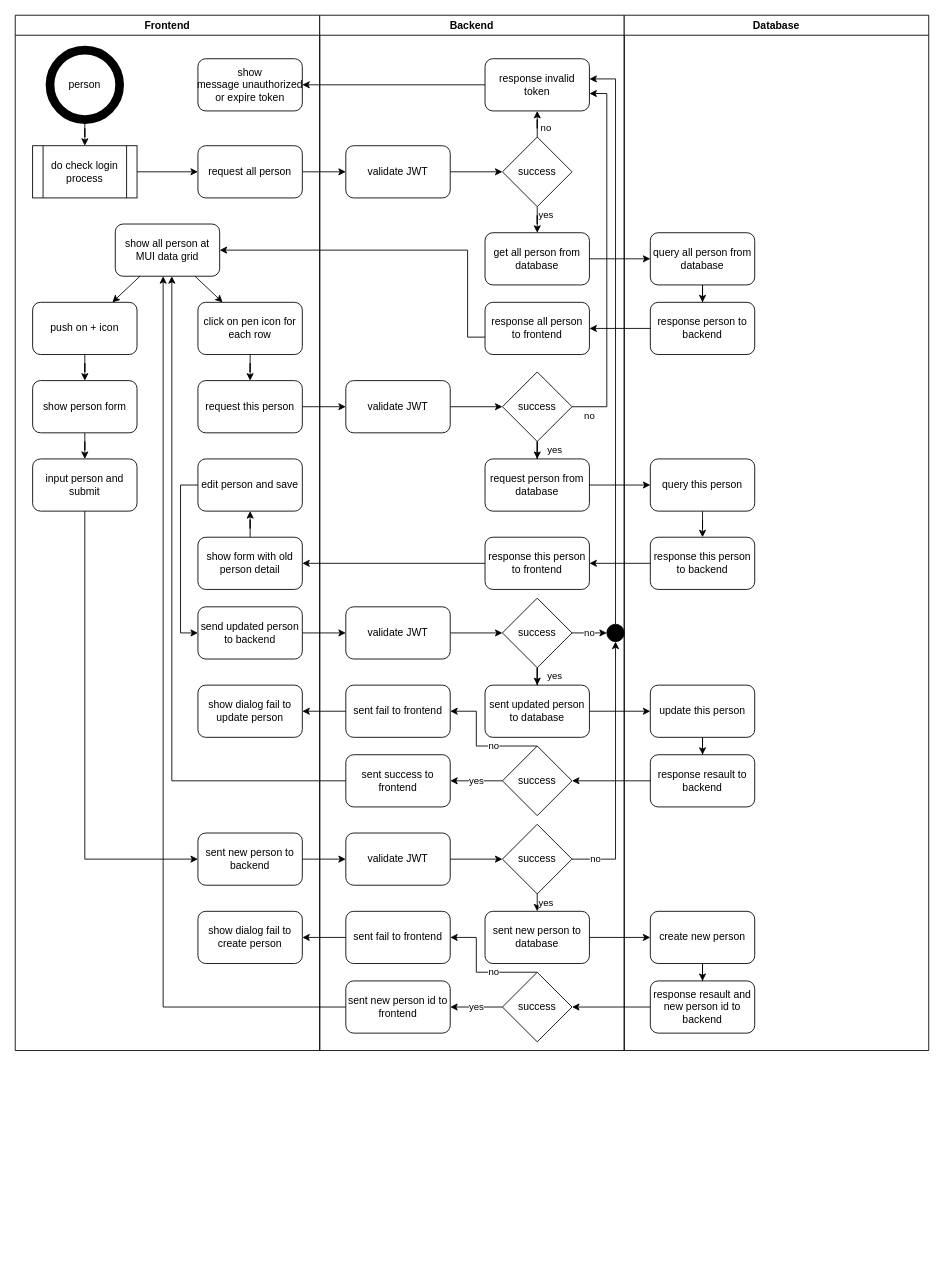
Earlier version of the draw.io diagram page "crud person" (29 of 33) of docs/artifact/ActivityDiagram/activity_diagram.drawio (ssszZ-TH/party_fullstack_docker3). Source tidied: cells renumbered, new cells numbered last; positions are measured from the earlier drawing's top-left corner, leaving out a move shared by most shapes. Both pictures are drawn from the tidied source at 87%, with x=0, y=0 at pixel (15, 15).
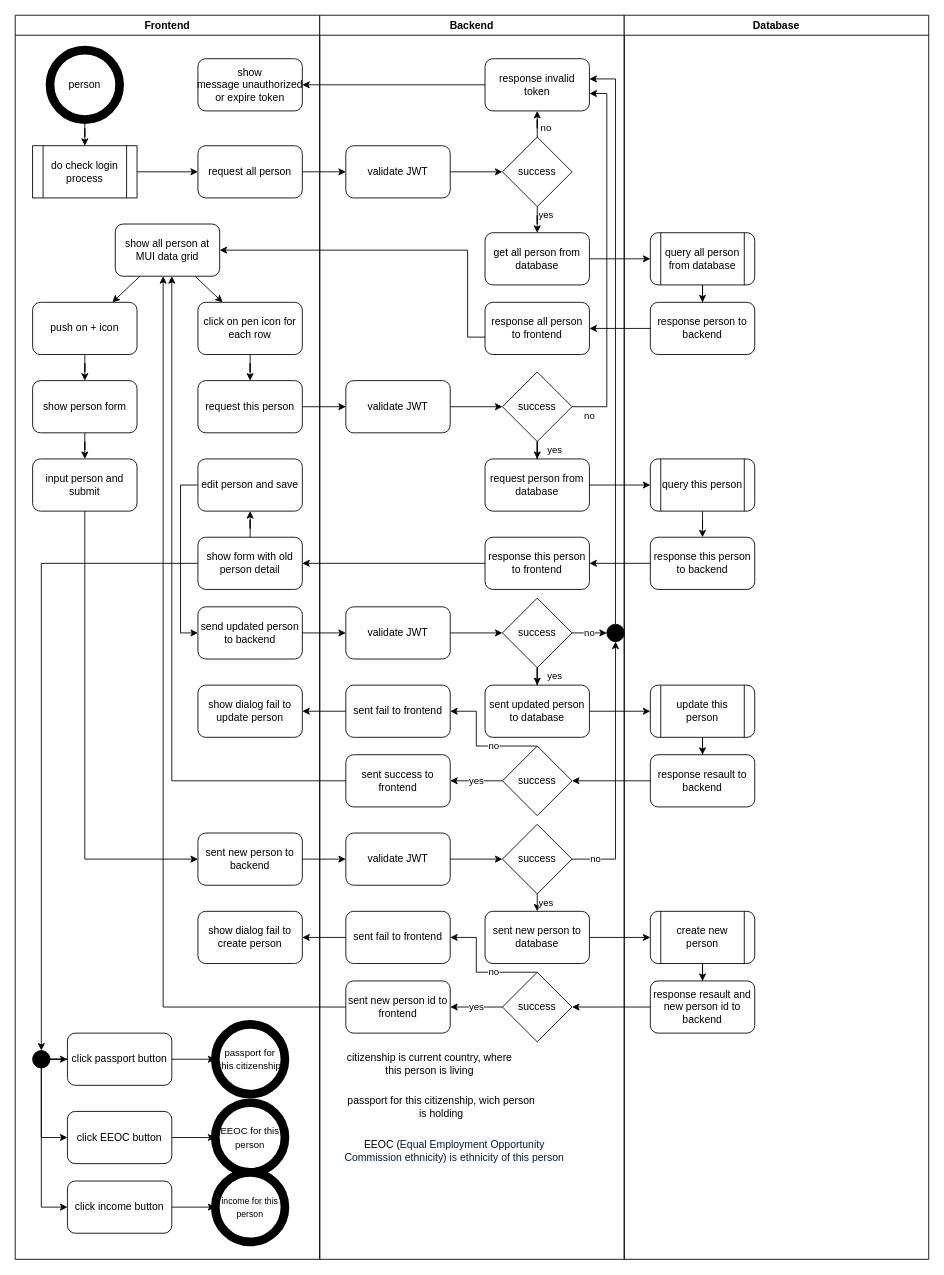
The same page after the edit.

The change refers to these unchanged cells:
```xml
<mxCell id="20" value="show form with old person detail" style="rounded=1;whiteSpace=wrap;html=1;" parent="2" vertex="1">
  <mxGeometry x="210" y="600" width="120" height="60" as="geometry" />
</mxCell>
```

What changed in the source:
```diff
@@
     <mxCell id="2" value="Frontend" style="swimlane;whiteSpace=wrap;html=1;" parent="1" vertex="1">
-      <mxGeometry width="350" height="1190" as="geometry" />
+      <mxGeometry width="350" height="1430" as="geometry" />
     </mxCell>
@@
+    <mxCell id="102" style="edgeStyle=orthogonalEdgeStyle;rounded=0;jettySize=auto;html=1;" parent="2" edge="1" source="20" target="106">
+      <mxGeometry relative="1" as="geometry" />
+    </mxCell>
@@
+    <mxCell id="103" style="edgeStyle=orthogonalEdgeStyle;rounded=0;jettySize=auto;html=1;" parent="2" edge="1" source="106" target="108">
+      <mxGeometry relative="1" as="geometry" />
+    </mxCell>
+    <mxCell id="104" style="edgeStyle=orthogonalEdgeStyle;rounded=0;jettySize=auto;html=1;entryX=0;entryY=0.5;entryDx=0;entryDy=0;" parent="2" edge="1" source="106" target="110">
+      <mxGeometry relative="1" as="geometry">
+        <Array as="points">
+          <mxPoint x="30" y="1290" />
+        </Array>
+      </mxGeometry>
+    </mxCell>
+    <mxCell id="105" style="edgeStyle=orthogonalEdgeStyle;rounded=0;jettySize=auto;html=1;exitX=0.5;exitY=1;exitDx=0;exitDy=0;entryX=0;entryY=0.5;entryDx=0;entryDy=0;" parent="2" edge="1" source="106" target="112">
+      <mxGeometry relative="1" as="geometry" />
+    </mxCell>
+    <mxCell id="106" style="ellipse;whiteSpace=wrap;html=1;fillColor=#000000;" parent="2" vertex="1">
+      <mxGeometry x="20" y="1190" width="20" height="20" as="geometry" />
+    </mxCell>
+    <mxCell id="107" style="edgeStyle=orthogonalEdgeStyle;rounded=0;jettySize=auto;html=1;" parent="2" edge="1" source="108" target="113">
+      <mxGeometry relative="1" as="geometry" />
+    </mxCell>
+    <mxCell id="108" value="click passport button" style="rounded=1;whiteSpace=wrap;html=1;" parent="2" vertex="1">
+      <mxGeometry x="60" y="1170" width="120" height="60" as="geometry" />
+    </mxCell>
+    <mxCell id="109" style="edgeStyle=orthogonalEdgeStyle;rounded=0;jettySize=auto;html=1;" parent="2" edge="1" source="110" target="114">
+      <mxGeometry relative="1" as="geometry" />
+    </mxCell>
+    <mxCell id="110" value="click EEOC button" style="rounded=1;whiteSpace=wrap;html=1;" parent="2" vertex="1">
+      <mxGeometry x="60" y="1260" width="120" height="60" as="geometry" />
+    </mxCell>
+    <mxCell id="111" style="edgeStyle=orthogonalEdgeStyle;rounded=0;jettySize=auto;html=1;" parent="2" edge="1" source="112" target="115">
+      <mxGeometry relative="1" as="geometry" />
+    </mxCell>
+    <mxCell id="112" value="click income button" style="rounded=1;whiteSpace=wrap;html=1;" parent="2" vertex="1">
+      <mxGeometry x="60" y="1340" width="120" height="60" as="geometry" />
+    </mxCell>
+    <mxCell id="113" value="&lt;font style=&quot;font-size: 11px;&quot;&gt;passport for this citizenship&lt;/font&gt;" style="ellipse;whiteSpace=wrap;html=1;strokeWidth=10;" parent="2" vertex="1">
+      <mxGeometry x="230" y="1160" width="80" height="80" as="geometry" />
+    </mxCell>
+    <mxCell id="114" value="&lt;font style=&quot;font-size: 11px;&quot;&gt;EEOC for this person&lt;/font&gt;" style="ellipse;whiteSpace=wrap;html=1;strokeWidth=10;" parent="2" vertex="1">
+      <mxGeometry x="230" y="1250" width="80" height="80" as="geometry" />
+    </mxCell>
+    <mxCell id="115" value="&lt;font style=&quot;font-size: 10px;&quot;&gt;income for this person&lt;/font&gt;" style="ellipse;whiteSpace=wrap;html=1;strokeWidth=10;" parent="2" vertex="1">
+      <mxGeometry x="230" y="1330" width="80" height="80" as="geometry" />
+    </mxCell>
     <mxCell id="29" value="Backend" style="swimlane;whiteSpace=wrap;html=1;" parent="1" vertex="1">
-      <mxGeometry x="350" width="350" height="1190" as="geometry" />
+      <mxGeometry x="350" width="350" height="1430" as="geometry" />
     </mxCell>
@@
+    <mxCell id="116" value="citizenship is current country, where this person is living" style="text;html=1;align=center;verticalAlign=middle;whiteSpace=wrap;rounded=0;" parent="29" vertex="1">
+      <mxGeometry x="30" y="1190" width="192.5" height="30" as="geometry" />
+    </mxCell>
+    <mxCell id="117" value="passport for this citizenship, wich person is holding" style="text;html=1;align=center;verticalAlign=middle;whiteSpace=wrap;rounded=0;" parent="29" vertex="1">
+      <mxGeometry x="30" y="1240" width="220" height="30" as="geometry" />
+    </mxCell>
+    <mxCell id="118" value="&lt;font face=&quot;Helvetica&quot;&gt;EEOC (&lt;span style=&quot;color: rgb(0, 29, 53); text-align: start; background-color: rgb(255, 255, 255);&quot;&gt;Equal Employment Opportunity Commission ethnicity) is ethnicity of this person&lt;/span&gt;&lt;/font&gt;" style="text;html=1;align=center;verticalAlign=middle;whiteSpace=wrap;rounded=0;" parent="29" vertex="1">
+      <mxGeometry x="20" y="1290" width="270" height="30" as="geometry" />
+    </mxCell>
     <mxCell id="72" value="Database" style="swimlane;whiteSpace=wrap;html=1;startSize=23;" parent="1" vertex="1">
-      <mxGeometry x="700" width="350" height="1190" as="geometry" />
+      <mxGeometry x="700" width="350" height="1430" as="geometry" />
     </mxCell>
@@
-    <mxCell id="74" value="query all person from database" style="rounded=1;whiteSpace=wrap;html=1;" parent="72" vertex="1">
+    <mxCell id="74" value="query all person from database" style="rounded=1;whiteSpace=wrap;html=1;shape=process;backgroundOutline=1;" parent="72" vertex="1">
       <mxGeometry x="30" y="250" width="120" height="60" as="geometry" />
     </mxCell>
@@
-    <mxCell id="77" value="query this person" style="rounded=1;whiteSpace=wrap;html=1;" parent="72" vertex="1">
+    <mxCell id="77" value="query this person" style="rounded=1;whiteSpace=wrap;html=1;shape=process;backgroundOutline=1;" parent="72" vertex="1">
       <mxGeometry x="30" y="510" width="120" height="60" as="geometry" />
     </mxCell>
@@
-    <mxCell id="80" value="update this person" style="rounded=1;whiteSpace=wrap;html=1;" parent="72" vertex="1">
+    <mxCell id="80" value="update this person" style="rounded=1;whiteSpace=wrap;html=1;shape=process;backgroundOutline=1;" parent="72" vertex="1">
       <mxGeometry x="30" y="770" width="120" height="60" as="geometry" />
     </mxCell>
@@
-    <mxCell id="82" value="create new person" style="rounded=1;whiteSpace=wrap;html=1;" parent="72" vertex="1">
+    <mxCell id="82" value="create new person" style="rounded=1;whiteSpace=wrap;html=1;shape=process;backgroundOutline=1;" parent="72" vertex="1">
       <mxGeometry x="30" y="1030" width="120" height="60" as="geometry" />
     </mxCell>
```
